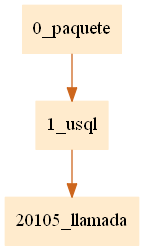
Before: pr1Compilarodores2/paquete.png, a diagram exported from Graphviz (JamesMelgar/compi2javaccpr1). Its source is kept beside it as pr1Compilarodores2/paquete.dot.
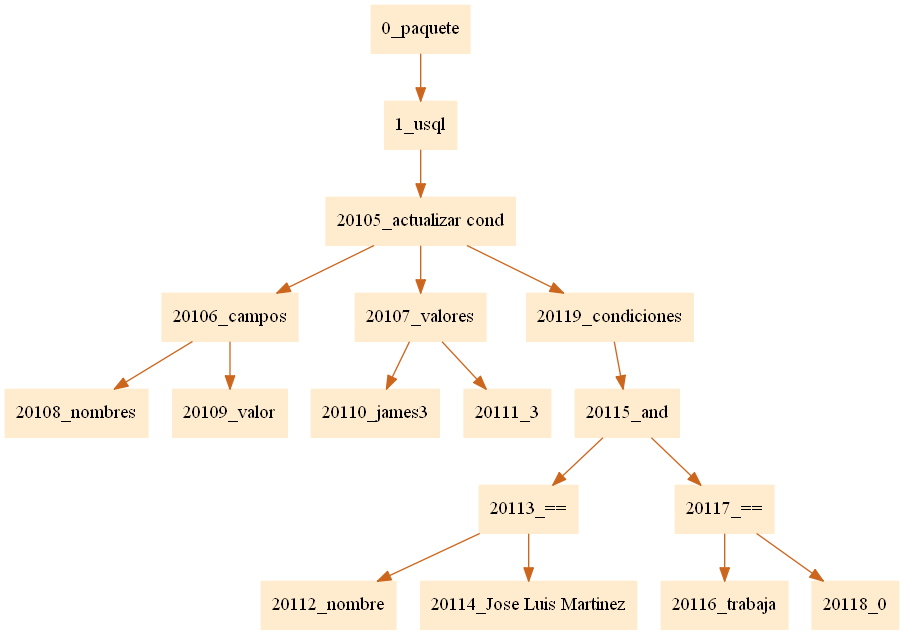
The same diagram one commit later.

The edit, as a diff of the source:
```diff
@@ -1,5 +1,5 @@
 digraph G {node[shape=box, style=filled, color=blanchedalmond]; edge[color=chocolate3];rankdir=UD
 
-"0_paquete"->"1_usql""1_usql"->"20105_llamada"
+"0_paquete"->"1_usql""1_usql"->"20105_actualizar cond""20105_actualizar cond"->"20106_campos""20106_campos"->"20108_nombres""20106_campos"->"20109_valor""20105_actualizar cond"->"20107_valores""20107_valores"->"20110_james3""20107_valores"->"20111_3""20105_actualizar cond"->"20119_condiciones""20119_condiciones"->"20115_and""20115_and"->"20113_==""20113_=="->"20112_nombre""20113_=="->"20114_Jose Luis Martinez""20115_and"->"20117_==""20117_=="->"20116_trabaja""20117_=="->"20118_0"
 
 }
```
